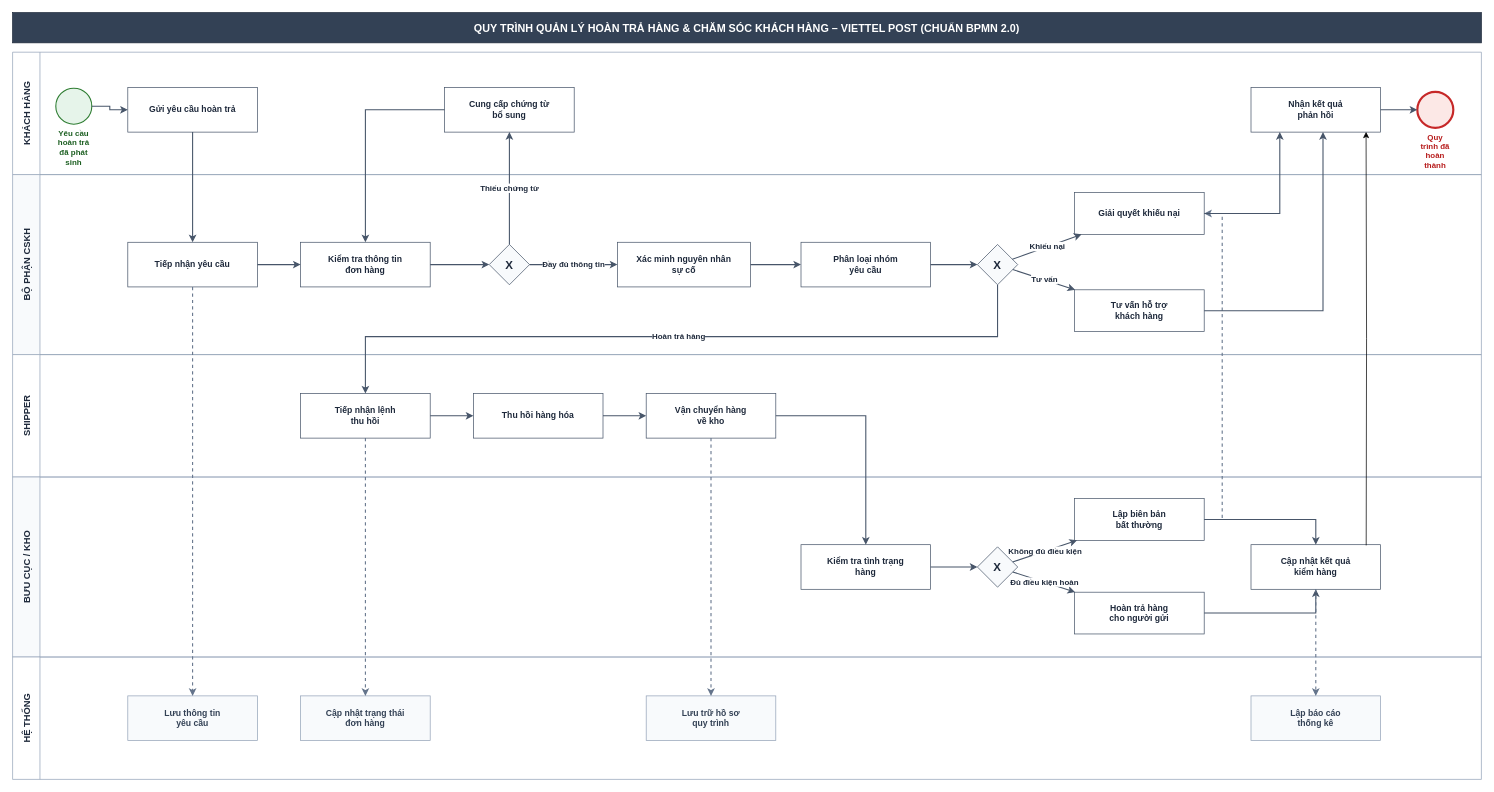
Above: 01.WORKING_SPACE/hau/QuyTrinhHoanTraCSKH.drawio in huytn6/business-process-management-project (draw.io), before the change. Source tidied: cells renumbered, new cells numbered last; positions are measured from the earlier drawing's top-left corner, leaving out a move shared by most shapes. Both pictures are drawn from the tidied source at 72%, with x=0, y=0 at pixel (12, 12).
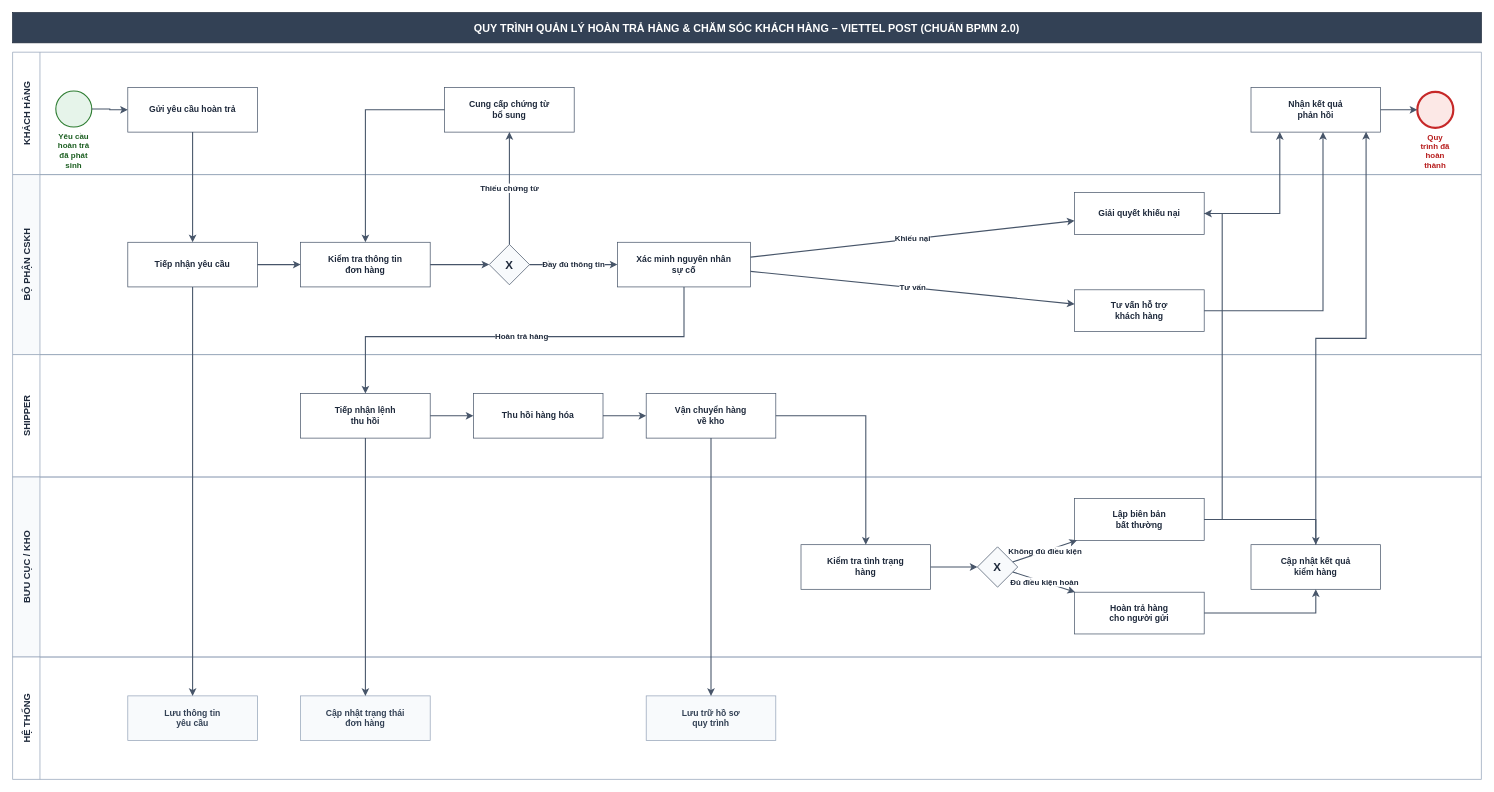
After the change.

Commit message:
refactor: simplify return process flow by removing classification step and updating node connections

Unchanged cells that the change refers to:
```xml
<mxCell id="11" value="Nhận kết quả&#10;phản hồi" style="rounded=0;whiteSpace=wrap;html=1;fillColor=#ffffff;strokeColor=#475569;strokeWidth=1;fontColor=#1e293b;fontSize=12;fontStyle=1;" parent="1" vertex="1">
  <mxGeometry x="1720" y="104" width="180" height="62" as="geometry" />
</mxCell>
<mxCell id="13" value="Tiếp nhận yêu cầu" style="rounded=0;whiteSpace=wrap;html=1;fillColor=#ffffff;strokeColor=#475569;strokeWidth=1;fontColor=#1e293b;fontSize=12;fontStyle=1;" parent="1" vertex="1">
  <mxGeometry x="160" y="319" width="180" height="62" as="geometry" />
</mxCell>
<mxCell id="16" value="Xác minh nguyên nhân&#10;sự cố" style="rounded=0;whiteSpace=wrap;html=1;fillColor=#ffffff;strokeColor=#475569;strokeWidth=1;fontColor=#1e293b;fontSize=12;fontStyle=1;" parent="1" vertex="1">
  <mxGeometry x="840" y="319" width="185" height="62" as="geometry" />
</mxCell>
<mxCell id="19" value="Giải quyết khiếu nại" style="rounded=0;whiteSpace=wrap;html=1;fillColor=#ffffff;strokeColor=#475569;strokeWidth=1;fontColor=#1e293b;fontSize=12;fontStyle=1;" parent="1" vertex="1">
  <mxGeometry x="1475" y="250" width="180" height="58" as="geometry" />
</mxCell>
<mxCell id="20" value="Tư vấn hỗ trợ&#10;khách hàng" style="rounded=0;whiteSpace=wrap;html=1;fillColor=#ffffff;strokeColor=#475569;strokeWidth=1;fontColor=#1e293b;fontSize=12;fontStyle=1;" parent="1" vertex="1">
  <mxGeometry x="1475" y="385" width="180" height="58" as="geometry" />
</mxCell>
<mxCell id="21" value="Tiếp nhận lệnh&#10;thu hồi" style="rounded=0;whiteSpace=wrap;html=1;fillColor=#ffffff;strokeColor=#475569;strokeWidth=1;fontColor=#1e293b;fontSize=12;fontStyle=1;" parent="1" vertex="1">
  <mxGeometry x="400" y="529" width="180" height="62" as="geometry" />
</mxCell>
<mxCell id="23" value="Vận chuyển hàng&#10;về kho" style="rounded=0;whiteSpace=wrap;html=1;fillColor=#ffffff;strokeColor=#475569;strokeWidth=1;fontColor=#1e293b;fontSize=12;fontStyle=1;" parent="1" vertex="1">
  <mxGeometry x="880" y="529" width="180" height="62" as="geometry" />
</mxCell>
<mxCell id="26" value="Lập biên bản&#10;bất thường" style="rounded=0;whiteSpace=wrap;html=1;fillColor=#ffffff;strokeColor=#475569;strokeWidth=1;fontColor=#1e293b;fontSize=12;fontStyle=1;" parent="1" vertex="1">
  <mxGeometry x="1475" y="675" width="180" height="58" as="geometry" />
</mxCell>
<mxCell id="29" value="Lưu thông tin&#10;yêu cầu" style="rounded=0;whiteSpace=wrap;html=1;fillColor=#f8fafc;strokeColor=#94a3b8;strokeWidth=1;fontColor=#334155;fontSize=12;fontStyle=1;" parent="1" vertex="1">
  <mxGeometry x="160" y="949" width="180" height="62" as="geometry" />
</mxCell>
<mxCell id="30" value="Cập nhật trạng thái&#10;đơn hàng" style="rounded=0;whiteSpace=wrap;html=1;fillColor=#f8fafc;strokeColor=#94a3b8;strokeWidth=1;fontColor=#334155;fontSize=12;fontStyle=1;" parent="1" vertex="1">
  <mxGeometry x="400" y="949" width="180" height="62" as="geometry" />
</mxCell>
<mxCell id="31" value="Lưu trữ hồ sơ&#10;quy trình" style="rounded=0;whiteSpace=wrap;html=1;fillColor=#f8fafc;strokeColor=#94a3b8;strokeWidth=1;fontColor=#334155;fontSize=12;fontStyle=1;" parent="1" vertex="1">
  <mxGeometry x="880" y="949" width="180" height="62" as="geometry" />
</mxCell>
```

What changed in the source:
```diff
@@
+    <mxCell id="28" value="Cập nhật kết quả&#10;kiểm hàng" style="rounded=0;whiteSpace=wrap;html=1;fillColor=#ffffff;strokeColor=#475569;strokeWidth=1;fontColor=#1e293b;fontSize=12;fontStyle=1;" parent="1" vertex="1">
+      <mxGeometry x="1720" y="739" width="180" height="62" as="geometry" />
+    </mxCell>
@@
     <mxCell id="8" value="Yêu cầu hoàn trả&#10;đã phát sinh" style="ellipse;whiteSpace=wrap;html=1;fillColor=#e6f4ea;strokeColor=#2e7d32;strokeWidth=1.5;fontColor=#1b5e20;fontStyle=1;fontSize=11;verticalLabelPosition=bottom;verticalAlign=top;align=center;" parent="1" vertex="1">
-      <mxGeometry x="60" y="105" width="50" height="50" as="geometry" />
+      <mxGeometry x="60" y="109" width="50" height="50" as="geometry" />
     </mxCell>
@@
-    <mxCell id="17" value="Phân loại nhóm&#10;yêu cầu" style="rounded=0;whiteSpace=wrap;html=1;fillColor=#ffffff;strokeColor=#475569;strokeWidth=1;fontColor=#1e293b;fontSize=12;fontStyle=1;" parent="1" vertex="1">
-      <mxGeometry x="1095" y="319" width="180" height="62" as="geometry" />
-    </mxCell>
-    <mxCell id="18" value="X" style="rhombus;whiteSpace=wrap;html=1;fillColor=#f8fafc;strokeColor=#475569;strokeWidth=1;fontColor=#1e293b;fontSize=16;fontStyle=1;" parent="1" vertex="1">
-      <mxGeometry x="1340" y="322" width="56" height="56" as="geometry" />
-    </mxCell>
@@
-    <mxCell id="28" value="Cập nhật kết quả&#10;kiểm hàng" style="rounded=0;whiteSpace=wrap;html=1;fillColor=#ffffff;strokeColor=#475569;strokeWidth=1;fontColor=#1e293b;fontSize=12;fontStyle=1;" parent="1" vertex="1">
-      <mxGeometry x="1720" y="739" width="180" height="62" as="geometry" />
-    </mxCell>
@@
-    <mxCell id="32" value="Lập báo cáo&#10;thống kê" style="rounded=0;whiteSpace=wrap;html=1;fillColor=#f8fafc;strokeColor=#94a3b8;strokeWidth=1;fontColor=#334155;fontSize=12;fontStyle=1;" parent="1" vertex="1">
-      <mxGeometry x="1720" y="949" width="180" height="62" as="geometry" />
-    </mxCell>
@@
-    <mxCell id="35" style="edgeStyle=orthogonalEdgeStyle;rounded=0;jettySize=auto;html=1;strokeColor=#64748b;strokeWidth=1.5;endArrow=classic;dashed=1;" parent="1" edge="1" source="13" target="29">
+    <mxCell id="35" style="edgeStyle=orthogonalEdgeStyle;rounded=0;jettySize=auto;html=1;strokeColor=#475569;strokeWidth=1.5;endArrow=classic;" parent="1" edge="1" source="13" target="29">
       <mxGeometry relative="1" as="geometry" />
     </mxCell>
@@
-    <mxCell id="41" style="edgeStyle=orthogonalEdgeStyle;rounded=0;jettySize=auto;html=1;strokeColor=#475569;strokeWidth=1.5;endArrow=classic;" parent="1" edge="1" source="16" target="17">
-      <mxGeometry relative="1" as="geometry" />
-    </mxCell>
-    <mxCell id="42" style="edgeStyle=orthogonalEdgeStyle;rounded=0;jettySize=auto;html=1;strokeColor=#475569;strokeWidth=1.5;endArrow=classic;" parent="1" edge="1" source="17" target="18">
-      <mxGeometry relative="1" as="geometry" />
-    </mxCell>
-    <mxCell id="43" value="Hoàn trả hàng" style="edgeStyle=orthogonalEdgeStyle;rounded=0;jettySize=auto;html=1;strokeColor=#475569;strokeWidth=1.5;endArrow=classic;labelBackgroundColor=#ffffff;fontColor=#1e293b;fontStyle=1;fontSize=11;" parent="1" edge="1" source="18" target="21">
+    <mxCell id="43" value="Hoàn trả hàng" style="edgeStyle=orthogonalEdgeStyle;rounded=0;jettySize=auto;html=1;strokeColor=#475569;strokeWidth=1.5;endArrow=classic;labelBackgroundColor=#ffffff;fontColor=#1e293b;fontStyle=1;fontSize=11;" parent="1" edge="1" source="16" target="21">
       <mxGeometry relative="1" as="geometry">
         <Array as="points">
-          <mxPoint x="1368" y="450" />
+          <mxPoint x="932" y="450" />
           <mxPoint x="490" y="450" />
         </Array>
       </mxGeometry>
     </mxCell>
-    <mxCell id="44" value="Khiếu nại" style="html=1;strokeColor=#475569;strokeWidth=1.5;endArrow=classic;labelBackgroundColor=#ffffff;fontColor=#1e293b;fontStyle=1;fontSize=11;" parent="1" edge="1" source="18" target="19">
+    <mxCell id="44" value="Khiếu nại" style="html=1;strokeColor=#475569;strokeWidth=1.5;endArrow=classic;labelBackgroundColor=#ffffff;fontColor=#1e293b;fontStyle=1;fontSize=11;" parent="1" edge="1" source="16" target="19">
       <mxGeometry relative="1" as="geometry" />
     </mxCell>
-    <mxCell id="45" value="Tư vấn" style="html=1;strokeColor=#475569;strokeWidth=1.5;endArrow=classic;labelBackgroundColor=#ffffff;fontColor=#1e293b;fontStyle=1;fontSize=11;" parent="1" edge="1" source="18" target="20">
+    <mxCell id="45" value="Tư vấn" style="html=1;strokeColor=#475569;strokeWidth=1.5;endArrow=classic;labelBackgroundColor=#ffffff;fontColor=#1e293b;fontStyle=1;fontSize=11;" parent="1" edge="1" source="16" target="20">
       <mxGeometry relative="1" as="geometry" />
     </mxCell>
-    <mxCell id="46" style="edgeStyle=orthogonalEdgeStyle;rounded=0;jettySize=auto;html=1;strokeColor=#64748b;strokeWidth=1.5;endArrow=classic;dashed=1;" parent="1" edge="1" source="21" target="30">
+    <mxCell id="46" style="edgeStyle=orthogonalEdgeStyle;rounded=0;jettySize=auto;html=1;strokeColor=#475569;strokeWidth=1.5;endArrow=classic;" parent="1" edge="1" source="21" target="30">
       <mxGeometry relative="1" as="geometry" />
     </mxCell>
@@
-    <mxCell id="50" style="edgeStyle=orthogonalEdgeStyle;rounded=0;jettySize=auto;html=1;strokeColor=#64748b;strokeWidth=1.5;endArrow=classic;dashed=1;" parent="1" edge="1" source="23" target="31">
+    <mxCell id="50" style="edgeStyle=orthogonalEdgeStyle;rounded=0;jettySize=auto;html=1;strokeColor=#475569;strokeWidth=1.5;endArrow=classic;" parent="1" edge="1" source="23" target="31">
       <mxGeometry relative="1" as="geometry" />
     </mxCell>
@@
-    <mxCell id="54" style="edgeStyle=orthogonalEdgeStyle;rounded=0;jettySize=auto;html=1;strokeColor=#64748b;strokeWidth=1.5;endArrow=classic;dashed=1;" parent="1" edge="1" source="26" target="19">
+    <mxCell id="54" style="edgeStyle=orthogonalEdgeStyle;rounded=0;jettySize=auto;html=1;strokeColor=#475569;strokeWidth=1.5;endArrow=classic;" parent="1" edge="1" source="26" target="19">
       <mxGeometry relative="1" as="geometry">
         <Array as="points">
           <mxPoint x="1680" y="704" />
           <mxPoint x="1680" y="279" />
         </Array>
       </mxGeometry>
     </mxCell>
@@
-    <mxCell id="57" style="edgeStyle=orthogonalEdgeStyle;rounded=0;jettySize=auto;html=1;strokeColor=#64748b;strokeWidth=1.5;endArrow=classic;dashed=1;" parent="1" edge="1" source="28" target="32">
-      <mxGeometry relative="1" as="geometry" />
-    </mxCell>
@@
-    <mxCell id="61" style="edgeStyle=orthogonalEdgeStyle;rounded=0;jettySize=auto;html=1;entryX=0.888;entryY=0.994;entryDx=0;entryDy=0;entryPerimeter=0;" parent="1" edge="1" target="11">
-      <mxGeometry relative="1" as="geometry">
-        <mxPoint x="1880" y="740" as="sourcePoint" />
-      </mxGeometry>
+    <mxCell id="61" style="edgeStyle=orthogonalEdgeStyle;rounded=0;jettySize=auto;html=1;strokeColor=#475569;strokeWidth=1.5;endArrow=classic;entryX=0.888;entryY=0.994;entryDx=0;entryDy=0;entryPerimeter=0;" parent="1" edge="1" source="28" target="11">
+      <mxGeometry relative="1" as="geometry" />
     </mxCell>
```
